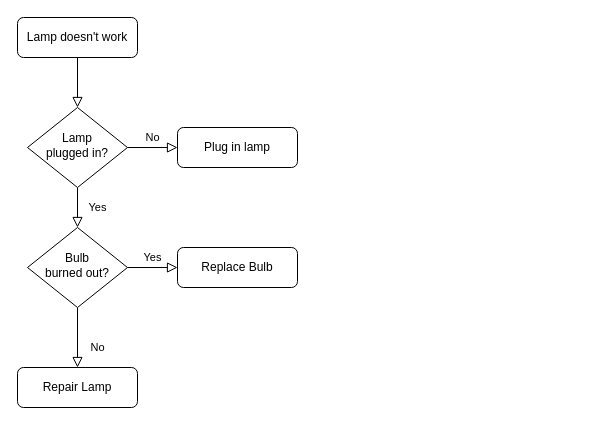
Before: Untitled Diagram.drawio in AshJVelasquez/Ashley_MockUp_Store, a draw.io diagram. Source tidied: cells renumbered, new cells numbered last; positions are measured from the earlier drawing's top-left corner, leaving out a move shared by most shapes. Both pictures are drawn from the tidied source at 100%, with x=0, y=0 at pixel (17, 17).
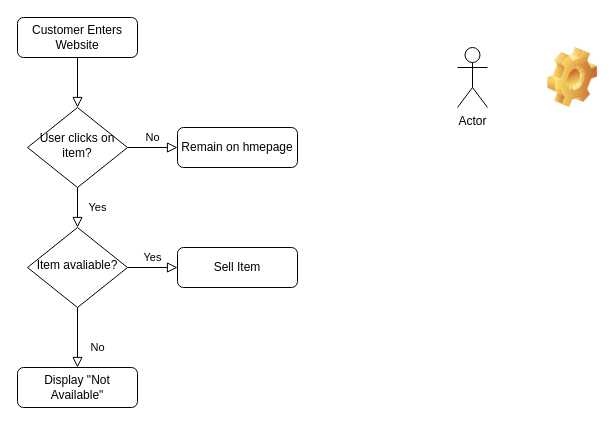
The same page after the edit.

What changed in the source:
```diff
@@
 <mxGraphModel>
   <root>
     <mxCell id="0" />
     <mxCell id="1" parent="0" />
     <mxCell id="2" style="rounded=0;html=1;jettySize=auto;fontSize=11;endArrow=block;endFill=0;endSize=8;strokeWidth=1;shadow=0;labelBackgroundColor=none;edgeStyle=orthogonalEdgeStyle;" parent="1" edge="1" source="3" target="6">
       <mxGeometry relative="1" as="geometry" />
     </mxCell>
-    <mxCell id="3" value="Lamp doesn't work" style="rounded=1;whiteSpace=wrap;html=1;fontSize=12;glass=0;strokeWidth=1;shadow=0;" parent="1" vertex="1">
+    <mxCell id="3" value="Customer Enters Website" style="rounded=1;whiteSpace=wrap;html=1;fontSize=12;glass=0;strokeWidth=1;shadow=0;" parent="1" vertex="1">
       <mxGeometry width="120" height="40" as="geometry" />
     </mxCell>
     <mxCell id="4" value="Yes" style="rounded=0;html=1;jettySize=auto;fontSize=11;endArrow=block;endFill=0;endSize=8;strokeWidth=1;shadow=0;labelBackgroundColor=none;edgeStyle=orthogonalEdgeStyle;" parent="1" edge="1" source="6" target="10">
       <mxGeometry y="20" relative="1" as="geometry" />
     </mxCell>
     <mxCell id="5" value="No" style="edgeStyle=orthogonalEdgeStyle;rounded=0;html=1;jettySize=auto;fontSize=11;endArrow=block;endFill=0;endSize=8;strokeWidth=1;shadow=0;labelBackgroundColor=none;" parent="1" edge="1" source="6" target="7">
       <mxGeometry y="10" relative="1" as="geometry" />
     </mxCell>
-    <mxCell id="6" value="Lamp&lt;br&gt;plugged in?" style="rhombus;whiteSpace=wrap;html=1;shadow=0;fontFamily=Helvetica;fontSize=12;align=center;strokeWidth=1;spacing=6;spacingTop=-4;" parent="1" vertex="1">
+    <mxCell id="6" value="User clicks on item?" style="rhombus;whiteSpace=wrap;html=1;shadow=0;fontFamily=Helvetica;fontSize=12;align=center;strokeWidth=1;spacing=6;spacingTop=-4;" parent="1" vertex="1">
       <mxGeometry x="10" y="90" width="100" height="80" as="geometry" />
     </mxCell>
-    <mxCell id="7" value="Plug in lamp" style="rounded=1;whiteSpace=wrap;html=1;fontSize=12;glass=0;strokeWidth=1;shadow=0;" parent="1" vertex="1">
+    <mxCell id="7" value="Remain on hmepage" style="rounded=1;whiteSpace=wrap;html=1;fontSize=12;glass=0;strokeWidth=1;shadow=0;" parent="1" vertex="1">
       <mxGeometry x="160" y="110" width="120" height="40" as="geometry" />
     </mxCell>
     <mxCell id="8" value="No" style="rounded=0;html=1;jettySize=auto;fontSize=11;endArrow=block;endFill=0;endSize=8;strokeWidth=1;shadow=0;labelBackgroundColor=none;edgeStyle=orthogonalEdgeStyle;" parent="1" edge="1" source="10" target="11">
       <mxGeometry x="0.33" y="20" relative="1" as="geometry" />
     </mxCell>
     <mxCell id="9" value="Yes" style="edgeStyle=orthogonalEdgeStyle;rounded=0;html=1;jettySize=auto;fontSize=11;endArrow=block;endFill=0;endSize=8;strokeWidth=1;shadow=0;labelBackgroundColor=none;" parent="1" edge="1" source="10" target="12">
       <mxGeometry y="10" relative="1" as="geometry" />
     </mxCell>
-    <mxCell id="10" value="Bulb&lt;br&gt;burned out?" style="rhombus;whiteSpace=wrap;html=1;shadow=0;fontFamily=Helvetica;fontSize=12;align=center;strokeWidth=1;spacing=6;spacingTop=-4;" parent="1" vertex="1">
+    <mxCell id="10" value="Item avaliable?" style="rhombus;whiteSpace=wrap;html=1;shadow=0;fontFamily=Helvetica;fontSize=12;align=center;strokeWidth=1;spacing=6;spacingTop=-4;" parent="1" vertex="1">
       <mxGeometry x="10" y="210" width="100" height="80" as="geometry" />
     </mxCell>
-    <mxCell id="11" value="Repair Lamp" style="rounded=1;whiteSpace=wrap;html=1;fontSize=12;glass=0;strokeWidth=1;shadow=0;" parent="1" vertex="1">
+    <mxCell id="11" value="Display &quot;Not Available&quot;" style="rounded=1;whiteSpace=wrap;html=1;fontSize=12;glass=0;strokeWidth=1;shadow=0;" parent="1" vertex="1">
       <mxGeometry y="350" width="120" height="40" as="geometry" />
     </mxCell>
-    <mxCell id="12" value="Replace Bulb" style="rounded=1;whiteSpace=wrap;html=1;fontSize=12;glass=0;strokeWidth=1;shadow=0;" parent="1" vertex="1">
+    <mxCell id="12" value="Sell Item" style="rounded=1;whiteSpace=wrap;html=1;fontSize=12;glass=0;strokeWidth=1;shadow=0;" parent="1" vertex="1">
       <mxGeometry x="160" y="230" width="120" height="40" as="geometry" />
     </mxCell>
+    <mxCell id="13" value="Actor" style="shape=umlActor;verticalLabelPosition=bottom;verticalAlign=top;html=1;" parent="1" vertex="1">
+      <mxGeometry x="440" y="30" width="30" height="60" as="geometry" />
+    </mxCell>
+    <mxCell id="14" style="shape=image;html=1;verticalLabelPosition=bottom;verticalAlign=top;imageAspect=0;image=img/clipart/Gear_128x128.png;" parent="1" vertex="1">
+      <mxGeometry x="530" y="30" width="50" height="60" as="geometry" />
+    </mxCell>
   </root>
 </mxGraphModel>
```
